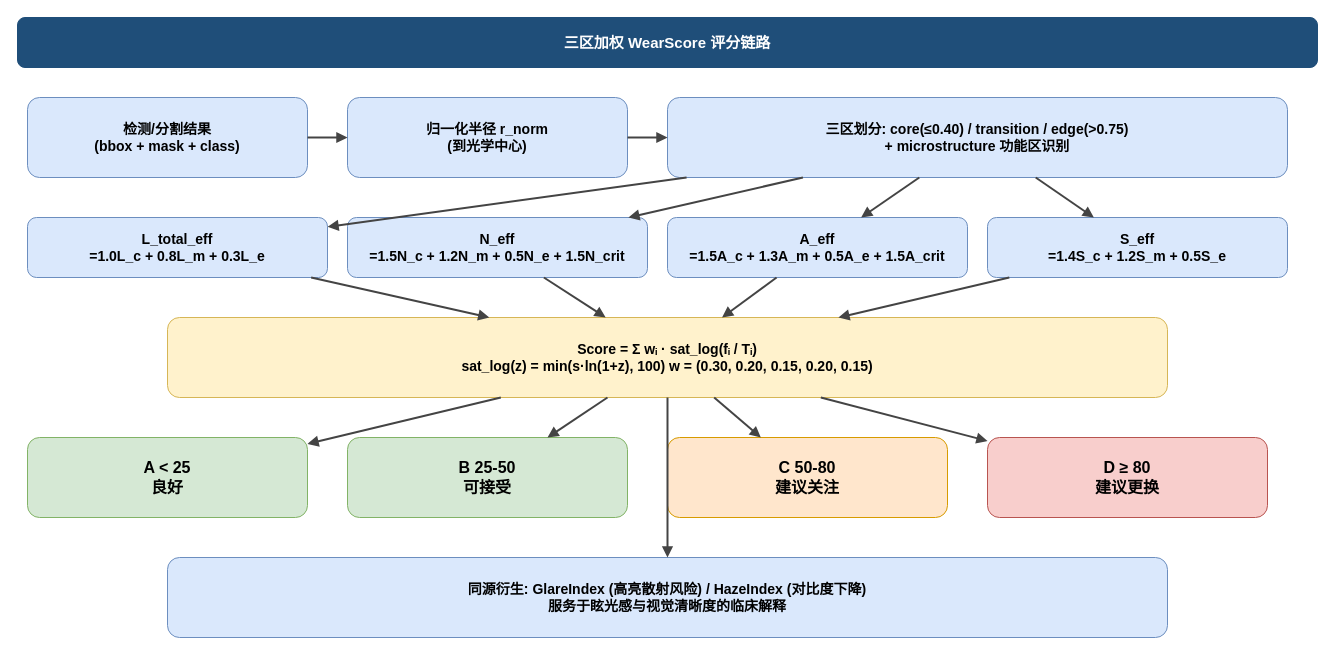
Above: doc/assets/drawio/07_WearScore评分链路.drawio in BMProjects/Microlens_DF (draw.io), before the change. Source tidied: cells renumbered, new cells numbered last; positions are measured from the earlier drawing's top-left corner, leaving out a move shared by most shapes. Both pictures are drawn from the tidied source at 100%, with x=0, y=0 at pixel (17, 17).
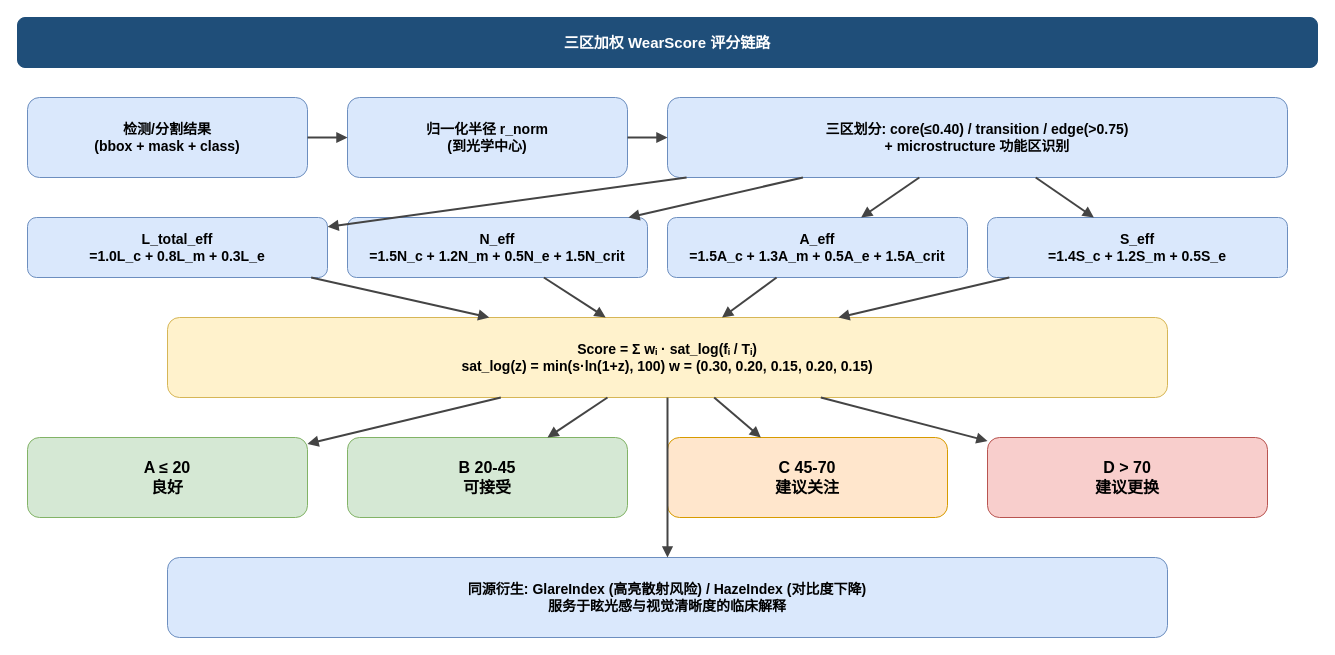
The same page after the edit.

The edit, as a diff of the source:
```diff
@@
-    <mxCell id="11" value="A &lt; 25&#10;良好" style="rounded=1;whiteSpace=wrap;html=1;fillColor=#d5e8d4;strokeColor=#82b366;fontSize=16;fontStyle=1;verticalAlign=middle;align=center;" parent="1" vertex="1">
+    <mxCell id="11" value="A ≤ 20&#10;良好" style="rounded=1;whiteSpace=wrap;html=1;fillColor=#d5e8d4;strokeColor=#82b366;fontSize=16;fontStyle=1;verticalAlign=middle;align=center;" parent="1" vertex="1">
       <mxGeometry x="10" y="420" width="280" height="80" as="geometry" />
     </mxCell>
-    <mxCell id="12" value="B 25-50&#10;可接受" style="rounded=1;whiteSpace=wrap;html=1;fillColor=#d5e8d4;strokeColor=#82b366;fontSize=16;fontStyle=1;verticalAlign=middle;align=center;" parent="1" vertex="1">
+    <mxCell id="12" value="B 20-45&#10;可接受" style="rounded=1;whiteSpace=wrap;html=1;fillColor=#d5e8d4;strokeColor=#82b366;fontSize=16;fontStyle=1;verticalAlign=middle;align=center;" parent="1" vertex="1">
       <mxGeometry x="330" y="420" width="280" height="80" as="geometry" />
     </mxCell>
-    <mxCell id="13" value="C 50-80&#10;建议关注" style="rounded=1;whiteSpace=wrap;html=1;fillColor=#ffe6cc;strokeColor=#d79b00;fontSize=16;fontStyle=1;verticalAlign=middle;align=center;" parent="1" vertex="1">
+    <mxCell id="13" value="C 45-70&#10;建议关注" style="rounded=1;whiteSpace=wrap;html=1;fillColor=#ffe6cc;strokeColor=#d79b00;fontSize=16;fontStyle=1;verticalAlign=middle;align=center;" parent="1" vertex="1">
       <mxGeometry x="650" y="420" width="280" height="80" as="geometry" />
     </mxCell>
-    <mxCell id="14" value="D ≥ 80&#10;建议更换" style="rounded=1;whiteSpace=wrap;html=1;fillColor=#f8cecc;strokeColor=#b85450;fontSize=16;fontStyle=1;verticalAlign=middle;align=center;" parent="1" vertex="1">
+    <mxCell id="14" value="D &gt; 70&#10;建议更换" style="rounded=1;whiteSpace=wrap;html=1;fillColor=#f8cecc;strokeColor=#b85450;fontSize=16;fontStyle=1;verticalAlign=middle;align=center;" parent="1" vertex="1">
       <mxGeometry x="970" y="420" width="280" height="80" as="geometry" />
     </mxCell>
```
